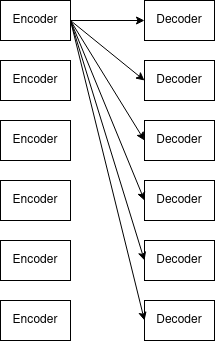
This is images/transformer.png from TheWasteWood/transformer, a draw.io export, as it was before one commit. Source tidied: cells renumbered, new cells last; positions are measured from the earlier drawing's top-left corner, leaving out a move shared by most shapes.
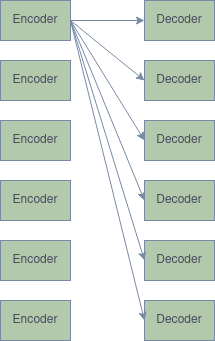
After the change.

The edit, as a diff of the source:
```diff
@@ -1,63 +1,63 @@
-<mxGraphModel>
+<mxGraphModel background="#ffffff">
   <root>
     <mxCell id="0" />
     <mxCell id="1" parent="0" />
-    <mxCell id="2" value="Encoder" style="rounded=0;whiteSpace=wrap;html=1;labelBackgroundColor=none;fillColor=default;" parent="1" vertex="1">
+    <mxCell id="2" value="Encoder" style="rounded=0;whiteSpace=wrap;html=1;labelBackgroundColor=none;fillColor=#B2C9AB;strokeColor=#788AA3;fontColor=#46495D;" parent="1" vertex="1">
       <mxGeometry width="70" height="40" as="geometry" />
     </mxCell>
-    <mxCell id="3" value="Encoder" style="rounded=0;whiteSpace=wrap;html=1;labelBackgroundColor=none;fillColor=default;" parent="1" vertex="1">
+    <mxCell id="3" value="Encoder" style="rounded=0;whiteSpace=wrap;html=1;labelBackgroundColor=none;fillColor=#B2C9AB;strokeColor=#788AA3;fontColor=#46495D;" parent="1" vertex="1">
       <mxGeometry y="60" width="70" height="40" as="geometry" />
     </mxCell>
-    <mxCell id="4" value="Encoder" style="rounded=0;whiteSpace=wrap;html=1;labelBackgroundColor=none;fillColor=default;" parent="1" vertex="1">
+    <mxCell id="4" value="Encoder" style="rounded=0;whiteSpace=wrap;html=1;labelBackgroundColor=none;fillColor=#B2C9AB;strokeColor=#788AA3;fontColor=#46495D;" parent="1" vertex="1">
       <mxGeometry y="120" width="70" height="40" as="geometry" />
     </mxCell>
-    <mxCell id="5" value="Encoder" style="rounded=0;whiteSpace=wrap;html=1;labelBackgroundColor=none;fillColor=default;" parent="1" vertex="1">
+    <mxCell id="5" value="Encoder" style="rounded=0;whiteSpace=wrap;html=1;labelBackgroundColor=none;fillColor=#B2C9AB;strokeColor=#788AA3;fontColor=#46495D;" parent="1" vertex="1">
       <mxGeometry y="180" width="70" height="40" as="geometry" />
     </mxCell>
-    <mxCell id="6" value="Encoder" style="rounded=0;whiteSpace=wrap;html=1;labelBackgroundColor=none;fillColor=default;" parent="1" vertex="1">
+    <mxCell id="6" value="Encoder" style="rounded=0;whiteSpace=wrap;html=1;labelBackgroundColor=none;fillColor=#B2C9AB;strokeColor=#788AA3;fontColor=#46495D;" parent="1" vertex="1">
       <mxGeometry y="240" width="70" height="40" as="geometry" />
     </mxCell>
-    <mxCell id="7" value="Encoder" style="rounded=0;whiteSpace=wrap;html=1;labelBackgroundColor=none;fillColor=default;" parent="1" vertex="1">
+    <mxCell id="7" value="Encoder" style="rounded=0;whiteSpace=wrap;html=1;labelBackgroundColor=none;fillColor=#B2C9AB;strokeColor=#788AA3;fontColor=#46495D;" parent="1" vertex="1">
       <mxGeometry y="300" width="70" height="40" as="geometry" />
     </mxCell>
-    <mxCell id="8" value="Decoder" style="rounded=0;whiteSpace=wrap;html=1;labelBackgroundColor=none;fillColor=default;" parent="1" vertex="1">
+    <mxCell id="8" value="Decoder" style="rounded=0;whiteSpace=wrap;html=1;labelBackgroundColor=none;fillColor=#B2C9AB;strokeColor=#788AA3;fontColor=#46495D;" parent="1" vertex="1">
       <mxGeometry x="144" width="70" height="40" as="geometry" />
     </mxCell>
-    <mxCell id="9" value="Decoder" style="rounded=0;whiteSpace=wrap;html=1;labelBackgroundColor=none;fillColor=default;" parent="1" vertex="1">
+    <mxCell id="9" value="Decoder" style="rounded=0;whiteSpace=wrap;html=1;labelBackgroundColor=none;fillColor=#B2C9AB;strokeColor=#788AA3;fontColor=#46495D;" parent="1" vertex="1">
       <mxGeometry x="144" y="60" width="70" height="40" as="geometry" />
     </mxCell>
-    <mxCell id="10" value="Decoder" style="rounded=0;whiteSpace=wrap;html=1;labelBackgroundColor=none;fillColor=default;" parent="1" vertex="1">
+    <mxCell id="10" value="Decoder" style="rounded=0;whiteSpace=wrap;html=1;labelBackgroundColor=none;fillColor=#B2C9AB;strokeColor=#788AA3;fontColor=#46495D;" parent="1" vertex="1">
       <mxGeometry x="144" y="120" width="70" height="40" as="geometry" />
     </mxCell>
-    <mxCell id="11" value="Decoder" style="rounded=0;whiteSpace=wrap;html=1;labelBackgroundColor=none;fillColor=default;" parent="1" vertex="1">
+    <mxCell id="11" value="Decoder" style="rounded=0;whiteSpace=wrap;html=1;labelBackgroundColor=none;fillColor=#B2C9AB;strokeColor=#788AA3;fontColor=#46495D;" parent="1" vertex="1">
       <mxGeometry x="144" y="180" width="70" height="40" as="geometry" />
     </mxCell>
-    <mxCell id="12" value="Decoder" style="rounded=0;whiteSpace=wrap;html=1;labelBackgroundColor=none;fillColor=default;" parent="1" vertex="1">
+    <mxCell id="12" value="Decoder" style="rounded=0;whiteSpace=wrap;html=1;labelBackgroundColor=none;fillColor=#B2C9AB;strokeColor=#788AA3;fontColor=#46495D;" parent="1" vertex="1">
       <mxGeometry x="144" y="240" width="70" height="40" as="geometry" />
     </mxCell>
-    <mxCell id="13" value="Decoder" style="rounded=0;whiteSpace=wrap;html=1;labelBackgroundColor=none;fillColor=default;" parent="1" vertex="1">
+    <mxCell id="13" value="Decoder" style="rounded=0;whiteSpace=wrap;html=1;labelBackgroundColor=none;fillColor=#B2C9AB;strokeColor=#788AA3;fontColor=#46495D;" parent="1" vertex="1">
       <mxGeometry x="144" y="300" width="70" height="40" as="geometry" />
     </mxCell>
-    <mxCell id="14" style="endArrow=classic;html=1;rounded=0;exitX=1;exitY=0.5;exitDx=0;exitDy=0;entryX=0;entryY=0.5;entryDx=0;entryDy=0;" parent="1" edge="1" source="2" target="8">
+    <mxCell id="14" style="endArrow=classic;html=1;rounded=0;exitX=1;exitY=0.5;exitDx=0;exitDy=0;entryX=0;entryY=0.5;entryDx=0;entryDy=0;labelBackgroundColor=none;strokeColor=#788AA3;fontColor=default;" parent="1" edge="1" source="2" target="8">
       <mxGeometry relative="1" as="geometry" />
     </mxCell>
-    <mxCell id="15" style="endArrow=classic;html=1;rounded=0;exitX=1;exitY=0.5;exitDx=0;exitDy=0;entryX=0;entryY=0.5;entryDx=0;entryDy=0;" parent="1" edge="1" source="2" target="9">
+    <mxCell id="15" style="endArrow=classic;html=1;rounded=0;exitX=1;exitY=0.5;exitDx=0;exitDy=0;entryX=0;entryY=0.5;entryDx=0;entryDy=0;labelBackgroundColor=none;strokeColor=#788AA3;fontColor=default;" parent="1" edge="1" source="2" target="9">
       <mxGeometry relative="1" as="geometry" />
     </mxCell>
-    <mxCell id="16" style="endArrow=classic;html=1;rounded=0;entryX=0;entryY=0.5;entryDx=0;entryDy=0;" parent="1" edge="1" target="10">
+    <mxCell id="16" style="endArrow=classic;html=1;rounded=0;entryX=0;entryY=0.5;entryDx=0;entryDy=0;labelBackgroundColor=none;strokeColor=#788AA3;fontColor=default;" parent="1" edge="1" target="10">
       <mxGeometry relative="1" as="geometry">
         <mxPoint x="70" y="20" as="sourcePoint" />
       </mxGeometry>
     </mxCell>
-    <mxCell id="17" style="endArrow=classic;html=1;rounded=0;exitX=1;exitY=0.5;exitDx=0;exitDy=0;entryX=0;entryY=0.5;entryDx=0;entryDy=0;" parent="1" edge="1" source="2" target="11">
+    <mxCell id="17" style="endArrow=classic;html=1;rounded=0;exitX=1;exitY=0.5;exitDx=0;exitDy=0;entryX=0;entryY=0.5;entryDx=0;entryDy=0;labelBackgroundColor=none;strokeColor=#788AA3;fontColor=default;" parent="1" edge="1" source="2" target="11">
       <mxGeometry relative="1" as="geometry" />
     </mxCell>
-    <mxCell id="18" style="endArrow=classic;html=1;rounded=0;entryX=0;entryY=0.5;entryDx=0;entryDy=0;" parent="1" edge="1" target="12">
+    <mxCell id="18" style="endArrow=classic;html=1;rounded=0;entryX=0;entryY=0.5;entryDx=0;entryDy=0;labelBackgroundColor=none;strokeColor=#788AA3;fontColor=default;" parent="1" edge="1" target="12">
       <mxGeometry relative="1" as="geometry">
         <mxPoint x="70" y="20" as="sourcePoint" />
       </mxGeometry>
     </mxCell>
-    <mxCell id="19" style="endArrow=classic;html=1;rounded=0;exitX=1;exitY=0.5;exitDx=0;exitDy=0;entryX=0;entryY=0.5;entryDx=0;entryDy=0;" parent="1" edge="1" source="2" target="13">
+    <mxCell id="19" style="endArrow=classic;html=1;rounded=0;exitX=1;exitY=0.5;exitDx=0;exitDy=0;entryX=0;entryY=0.5;entryDx=0;entryDy=0;labelBackgroundColor=none;strokeColor=#788AA3;fontColor=default;" parent="1" edge="1" source="2" target="13">
       <mxGeometry relative="1" as="geometry" />
     </mxCell>
   </root>
```
